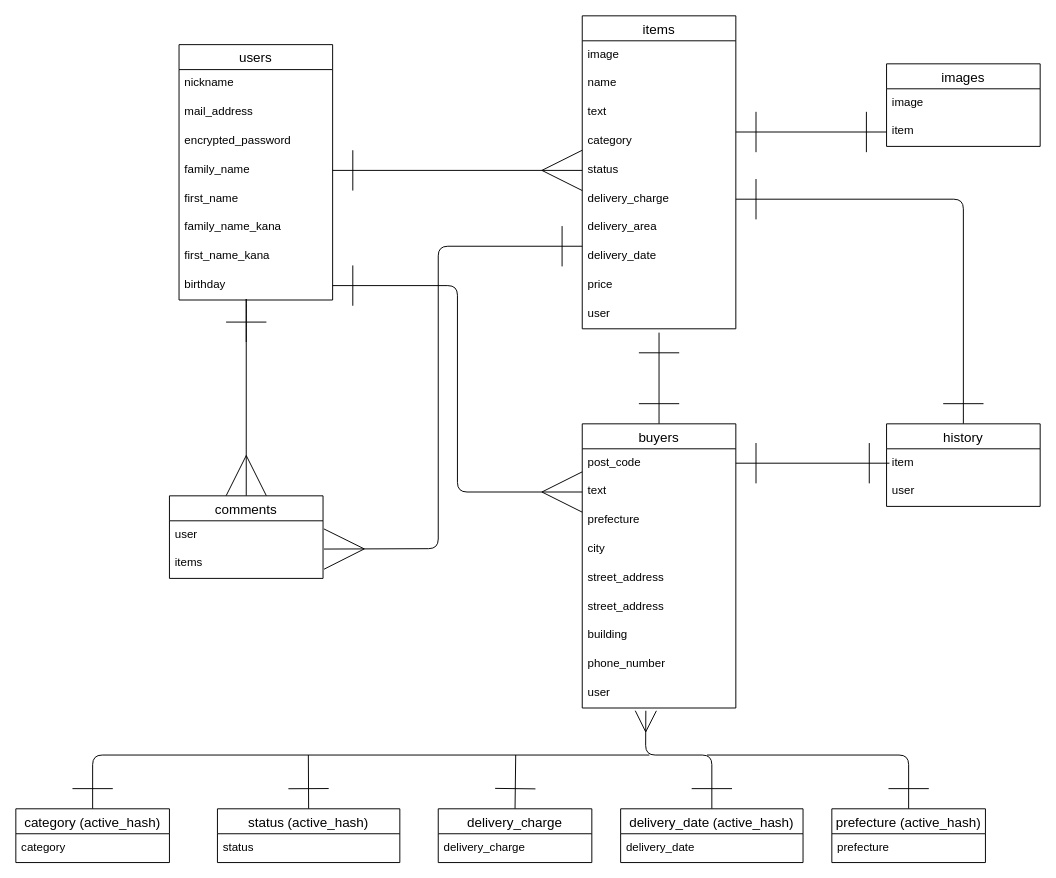
The draw.io diagram test.dio in yuya-taka/furima-laiblitz-b, before the edit. Source tidied: cells renumbered, new cells numbered last; positions are measured from the earlier drawing's top-left corner, leaving out a move shared by most shapes. Both pictures are drawn from the tidied source at 96%, with x=0, y=0 at pixel (15, 15).
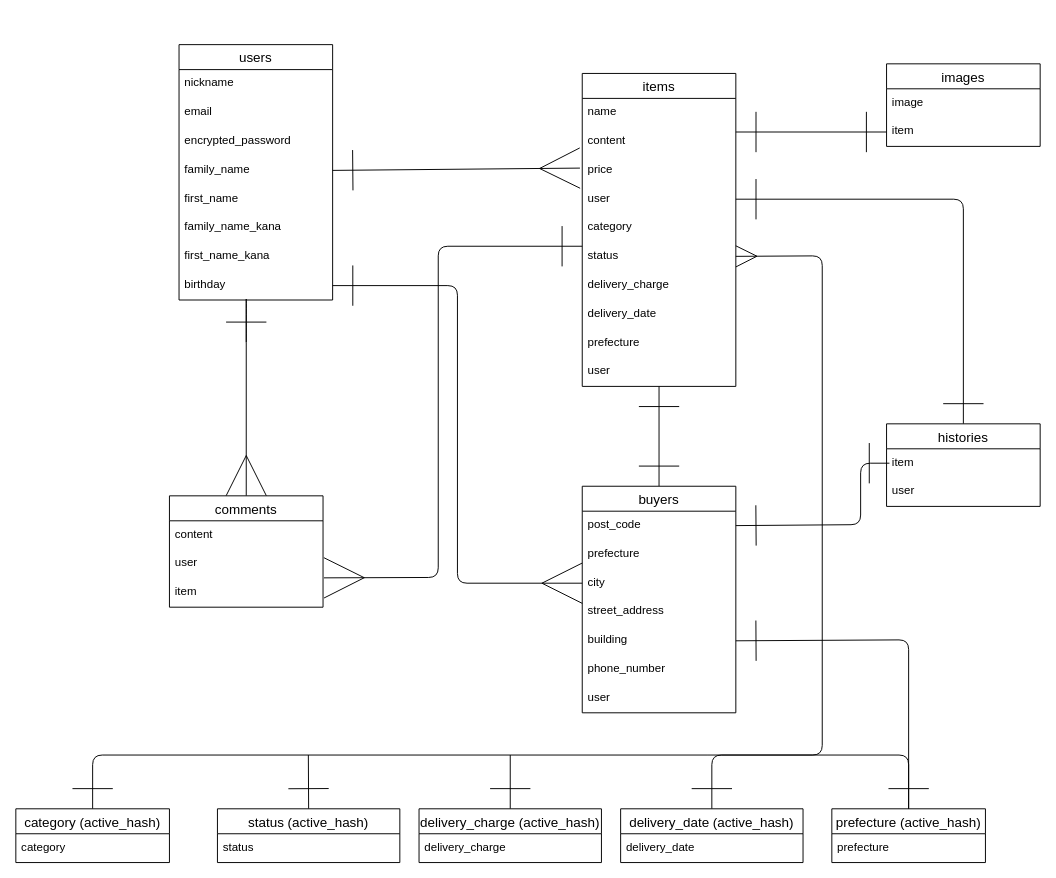
The same diagram, later.

Unchanged cells that the change refers to:
```xml
<mxCell id="2" value="users" style="swimlane;fontStyle=0;horizontal=1;startSize=26;align=center;fontSize=14;" parent="1" vertex="1">
  <mxGeometry x="170" y="30" width="160" height="266" as="geometry" />
</mxCell>
<mxCell id="6" value="family_name" style="text;strokeColor=none;fillColor=none;spacingLeft=4;spacingRight=4;overflow=hidden;points=[[0,0.5],[1,0.5]];portConstraint=eastwest;fontSize=12;" parent="2" vertex="1">
  <mxGeometry y="116" width="160" height="30" as="geometry" />
</mxCell>
<mxCell id="10" value="birthday" style="text;strokeColor=none;fillColor=none;spacingLeft=4;spacingRight=4;overflow=hidden;points=[[0,0.5],[1,0.5]];portConstraint=eastwest;fontSize=12;" parent="2" vertex="1">
  <mxGeometry y="236" width="160" height="30" as="geometry" />
</mxCell>
<mxCell id="24" value="post_code" style="text;strokeColor=none;fillColor=none;spacingLeft=4;spacingRight=4;overflow=hidden;points=[[0,0.5],[1,0.5]];portConstraint=eastwest;fontSize=12;" parent="23" vertex="1">
  <mxGeometry y="26" width="160" height="30" as="geometry" />
</mxCell>
<mxCell id="41" value="prefecture (active_hash)" style="swimlane;fontStyle=0;horizontal=1;startSize=26;align=center;fontSize=14;" parent="1" vertex="1">
  <mxGeometry x="850" y="826" width="160" height="56" as="geometry" />
</mxCell>
<mxCell id="47" value="category (active_hash)" style="swimlane;fontStyle=0;horizontal=1;startSize=26;align=center;fontSize=14;" parent="1" vertex="1">
  <mxGeometry y="826" width="160" height="56" as="geometry" />
</mxCell>
<mxCell id="50" value="delivery_date (active_hash)" style="swimlane;fontStyle=0;horizontal=1;startSize=26;align=center;fontSize=14;" parent="1" vertex="1">
  <mxGeometry x="630" y="826" width="190" height="56" as="geometry" />
</mxCell>
```

The edit, as a diff of the source:
```diff
@@
-    <mxCell id="4" value="mail_address" style="text;strokeColor=none;fillColor=none;spacingLeft=4;spacingRight=4;overflow=hidden;fontSize=12;" parent="2" vertex="1">
+    <mxCell id="4" value="email&#10;" style="text;strokeColor=none;fillColor=none;spacingLeft=4;spacingRight=4;overflow=hidden;fontSize=12;" parent="2" vertex="1">
       <mxGeometry y="56" width="160" height="30" as="geometry" />
     </mxCell>
@@
     <mxCell id="11" value="items" style="swimlane;fontStyle=0;horizontal=1;startSize=26;align=center;fontSize=14;" parent="1" vertex="1">
-      <mxGeometry x="590" width="160" height="326" as="geometry" />
+      <mxGeometry x="590" y="60" width="160" height="326" as="geometry" />
     </mxCell>
-    <mxCell id="12" value="image" style="text;strokeColor=none;fillColor=none;spacingLeft=4;spacingRight=4;overflow=hidden;fontSize=12;" parent="11" vertex="1">
-      <mxGeometry y="26" width="160" height="30" as="geometry" />
-    </mxCell>
     <mxCell id="13" value="name" style="text;strokeColor=none;fillColor=none;spacingLeft=4;spacingRight=4;overflow=hidden;fontSize=12;" parent="11" vertex="1">
-      <mxGeometry y="56" width="160" height="30" as="geometry" />
+      <mxGeometry y="26" width="160" height="30" as="geometry" />
     </mxCell>
-    <mxCell id="14" value="text" style="text;strokeColor=none;fillColor=none;spacingLeft=4;spacingRight=4;overflow=hidden;fontSize=12;" parent="11" vertex="1">
-      <mxGeometry y="86" width="160" height="30" as="geometry" />
+    <mxCell id="14" value="content" style="text;strokeColor=none;fillColor=none;spacingLeft=4;spacingRight=4;overflow=hidden;fontSize=12;" parent="11" vertex="1">
+      <mxGeometry y="56" width="160" height="30" as="geometry" />
     </mxCell>
+    <mxCell id="20" value="price" style="text;strokeColor=none;fillColor=none;spacingLeft=4;spacingRight=4;overflow=hidden;fontSize=12;" parent="11" vertex="1">
+      <mxGeometry y="86" width="160" height="30" as="geometry" />
+    </mxCell>
+    <mxCell id="21" value="user" style="text;strokeColor=none;fillColor=none;spacingLeft=4;spacingRight=4;overflow=hidden;fontSize=12;" parent="11" vertex="1">
+      <mxGeometry y="116" width="160" height="30" as="geometry" />
+    </mxCell>
     <mxCell id="15" value="category" style="text;strokeColor=none;fillColor=none;spacingLeft=4;spacingRight=4;overflow=hidden;fontSize=12;" parent="11" vertex="1">
-      <mxGeometry y="116" width="160" height="30" as="geometry" />
+      <mxGeometry y="146" width="160" height="30" as="geometry" />
     </mxCell>
     <mxCell id="16" value="status" style="text;strokeColor=none;fillColor=none;spacingLeft=4;spacingRight=4;overflow=hidden;points=[[0,0.5],[1,0.5]];portConstraint=eastwest;fontSize=12;" parent="11" vertex="1">
-      <mxGeometry y="146" width="160" height="30" as="geometry" />
+      <mxGeometry y="176" width="160" height="30" as="geometry" />
     </mxCell>
     <mxCell id="17" value="delivery_charge" style="text;strokeColor=none;fillColor=none;spacingLeft=4;spacingRight=4;overflow=hidden;points=[[0,0.5],[1,0.5]];portConstraint=eastwest;fontSize=12;" parent="11" vertex="1">
-      <mxGeometry y="176" width="160" height="30" as="geometry" />
+      <mxGeometry y="206" width="160" height="30" as="geometry" />
     </mxCell>
-    <mxCell id="18" value="delivery_area" style="text;strokeColor=none;fillColor=none;spacingLeft=4;spacingRight=4;overflow=hidden;fontSize=12;" parent="11" vertex="1">
-      <mxGeometry y="206" width="160" height="30" as="geometry" />
-    </mxCell>
@@
-    <mxCell id="20" value="price" style="text;strokeColor=none;fillColor=none;spacingLeft=4;spacingRight=4;overflow=hidden;fontSize=12;" parent="11" vertex="1">
-      <mxGeometry y="266" width="160" height="30" as="geometry" />
-    </mxCell>
-    <mxCell id="21" value="user" style="text;strokeColor=none;fillColor=none;spacingLeft=4;spacingRight=4;overflow=hidden;fontSize=12;" parent="11" vertex="1">
-      <mxGeometry y="296" width="160" height="30" as="geometry" />
-    </mxCell>
+    <mxCell id="64" value="prefecture" style="text;strokeColor=none;fillColor=none;spacingLeft=4;spacingRight=4;overflow=hidden;fontSize=12;" parent="11" vertex="1">
+      <mxGeometry y="266" width="160" height="30" as="geometry" />
+    </mxCell>
+    <mxCell id="65" value="user" style="text;strokeColor=none;fillColor=none;spacingLeft=4;spacingRight=4;overflow=hidden;points=[[0,0.5],[1,0.5]];portConstraint=eastwest;fontSize=12;" parent="11" vertex="1">
+      <mxGeometry y="296" width="160" height="30" as="geometry" />
+    </mxCell>
-    <mxCell id="22" style="edgeStyle=none;html=1;exitX=0.5;exitY=0;exitDx=0;exitDy=0;strokeWidth=1;startArrow=ERone;startFill=0;endArrow=ERone;endFill=0;startSize=40;endSize=40;" parent="1" edge="1" source="23">
-      <mxGeometry relative="1" as="geometry">
-        <mxPoint x="670" y="330" as="targetPoint" />
-      </mxGeometry>
+    <mxCell id="22" style="edgeStyle=none;html=1;exitX=0.5;exitY=0;exitDx=0;exitDy=0;strokeWidth=1;startArrow=ERone;startFill=0;endArrow=ERone;endFill=0;startSize=40;endSize=40;" parent="1" edge="1" source="23" target="65">
+      <mxGeometry relative="1" as="geometry" />
     </mxCell>
     <mxCell id="23" value="buyers" style="swimlane;fontStyle=0;horizontal=1;startSize=26;align=center;fontSize=14;" parent="1" vertex="1">
-      <mxGeometry x="590" y="425" width="160" height="296" as="geometry" />
+      <mxGeometry x="590" y="490" width="160" height="236" as="geometry" />
     </mxCell>
@@
-    <mxCell id="25" value="text" style="text;strokeColor=none;fillColor=none;spacingLeft=4;spacingRight=4;overflow=hidden;points=[[0,0.5],[1,0.5]];portConstraint=eastwest;fontSize=12;" parent="23" vertex="1">
-      <mxGeometry y="56" width="160" height="30" as="geometry" />
-    </mxCell>
-    <mxCell id="26" value="prefecture" style="text;strokeColor=none;fillColor=none;spacingLeft=4;spacingRight=4;overflow=hidden;fontSize=12;" parent="23" vertex="1">
-      <mxGeometry y="86" width="160" height="30" as="geometry" />
-    </mxCell>
+    <mxCell id="66" value="prefecture" style="text;strokeColor=none;fillColor=none;spacingLeft=4;spacingRight=4;overflow=hidden;fontSize=12;" parent="23" vertex="1">
+      <mxGeometry y="56" width="160" height="30" as="geometry" />
+    </mxCell>
     <mxCell id="27" value="city" style="text;strokeColor=none;fillColor=none;spacingLeft=4;spacingRight=4;overflow=hidden;points=[[0,0.5],[1,0.5]];portConstraint=eastwest;fontSize=12;" parent="23" vertex="1">
-      <mxGeometry y="116" width="160" height="30" as="geometry" />
+      <mxGeometry y="86" width="160" height="30" as="geometry" />
     </mxCell>
     <mxCell id="28" value="street_address" style="text;strokeColor=none;fillColor=none;spacingLeft=4;spacingRight=4;overflow=hidden;fontSize=12;" parent="23" vertex="1">
-      <mxGeometry y="146" width="160" height="30" as="geometry" />
+      <mxGeometry y="116" width="160" height="30" as="geometry" />
     </mxCell>
-    <mxCell id="29" value="street_address" style="text;strokeColor=none;fillColor=none;spacingLeft=4;spacingRight=4;overflow=hidden;fontSize=12;" parent="23" vertex="1">
-      <mxGeometry y="176" width="160" height="30" as="geometry" />
-    </mxCell>
     <mxCell id="30" value="building" style="text;strokeColor=none;fillColor=none;spacingLeft=4;spacingRight=4;overflow=hidden;points=[[0,0.5],[1,0.5]];portConstraint=eastwest;fontSize=12;" parent="23" vertex="1">
-      <mxGeometry y="206" width="160" height="30" as="geometry" />
+      <mxGeometry y="146" width="160" height="30" as="geometry" />
     </mxCell>
     <mxCell id="31" value="phone_number" style="text;strokeColor=none;fillColor=none;spacingLeft=4;spacingRight=4;overflow=hidden;fontSize=12;" parent="23" vertex="1">
-      <mxGeometry y="236" width="160" height="30" as="geometry" />
+      <mxGeometry y="176" width="160" height="30" as="geometry" />
     </mxCell>
     <mxCell id="32" value="user" style="text;strokeColor=none;fillColor=none;spacingLeft=4;spacingRight=4;overflow=hidden;points=[[0,0.5],[1,0.5]];portConstraint=eastwest;fontSize=12;" parent="23" vertex="1">
-      <mxGeometry y="266" width="160" height="30" as="geometry" />
+      <mxGeometry y="206" width="160" height="30" as="geometry" />
     </mxCell>
-    <mxCell id="33" style="endArrow=ERmany;html=1;exitX=1;exitY=0.5;exitDx=0;exitDy=0;endFill=0;strokeWidth=1;entryX=0;entryY=0.5;entryDx=0;entryDy=0;endSize=40;startArrow=ERone;startFill=0;startSize=40;" parent="1" edge="1" source="6" target="16">
-      <mxGeometry relative="1" as="geometry" />
+    <mxCell id="33" style="endArrow=ERmany;html=1;exitX=1;exitY=0.5;exitDx=0;exitDy=0;endFill=0;strokeWidth=1;entryX=-0.015;entryY=1.085;entryDx=0;entryDy=0;endSize=40;startArrow=ERone;startFill=0;startSize=40;entryPerimeter=0;" parent="1" edge="1" source="6">
+      <mxGeometry relative="1" as="geometry">
+        <mxPoint x="587.6" y="158.6" as="targetPoint" />
+      </mxGeometry>
     </mxCell>
-    <mxCell id="34" style="endArrow=ERmany;html=1;endFill=0;endSize=40;exitX=1;exitY=0.5;exitDx=0;exitDy=0;entryX=0;entryY=0.5;entryDx=0;entryDy=0;startArrow=ERone;startFill=0;startSize=40;" parent="1" edge="1" source="10" target="25">
+    <mxCell id="34" style="endArrow=ERmany;html=1;endFill=0;endSize=40;exitX=1;exitY=0.5;exitDx=0;exitDy=0;entryX=0;entryY=0.5;entryDx=0;entryDy=0;startArrow=ERone;startFill=0;startSize=40;" parent="1" edge="1" source="10" target="27">
       <mxGeometry relative="1" as="geometry">
         <Array as="points">
           <mxPoint x="460" y="281" />
-          <mxPoint x="460" y="496" />
+          <mxPoint x="460" y="591" />
         </Array>
       </mxGeometry>
     </mxCell>
@@
     <mxCell id="36" style="endArrow=ERmany;html=1;endFill=0;endSize=40;startArrow=ERone;startFill=0;startSize=40;entryX=1.006;entryY=0.981;entryDx=0;entryDy=0;entryPerimeter=0;" parent="1" edge="1" target="38">
       <mxGeometry relative="1" as="geometry">
         <mxPoint x="590" y="240" as="sourcePoint" />
         <Array as="points">
           <mxPoint x="440" y="240" />
-          <mxPoint x="440" y="555" />
+          <mxPoint x="440" y="585" />
         </Array>
       </mxGeometry>
     </mxCell>
     <mxCell id="37" value="comments" style="swimlane;fontStyle=0;horizontal=1;startSize=26;align=center;fontSize=14;" parent="1" vertex="1">
-      <mxGeometry x="160" y="500" width="160" height="86" as="geometry" />
+      <mxGeometry x="160" y="500" width="160" height="116" as="geometry" />
     </mxCell>
+    <mxCell id="67" value="content" style="text;strokeColor=none;fillColor=none;spacingLeft=4;spacingRight=4;overflow=hidden;fontSize=12;" parent="37" vertex="1">
+      <mxGeometry y="26" width="160" height="30" as="geometry" />
+    </mxCell>
     <mxCell id="38" value="user" style="text;strokeColor=none;fillColor=none;spacingLeft=4;spacingRight=4;overflow=hidden;points=[[0,0.5],[1,0.5]];portConstraint=eastwest;fontSize=12;" parent="37" vertex="1">
-      <mxGeometry y="26" width="160" height="30" as="geometry" />
+      <mxGeometry y="56" width="160" height="30" as="geometry" />
     </mxCell>
-    <mxCell id="39" value="items" style="text;strokeColor=none;fillColor=none;spacingLeft=4;spacingRight=4;overflow=hidden;fontSize=12;" parent="37" vertex="1">
-      <mxGeometry y="56" width="160" height="30" as="geometry" />
+    <mxCell id="39" value="item" style="text;strokeColor=none;fillColor=none;spacingLeft=4;spacingRight=4;overflow=hidden;fontSize=12;" parent="37" vertex="1">
+      <mxGeometry y="86" width="160" height="30" as="geometry" />
     </mxCell>
-    <mxCell id="40" style="edgeStyle=none;html=1;exitX=0.5;exitY=0;exitDx=0;exitDy=0;strokeWidth=1;startArrow=ERone;startFill=0;endArrow=none;endFill=0;startSize=40;endSize=40;" parent="1" edge="1" source="41">
+    <mxCell id="40" style="edgeStyle=none;html=1;strokeWidth=1;startArrow=ERone;startFill=0;endArrow=none;endFill=0;startSize=40;endSize=40;exitX=0.5;exitY=0;exitDx=0;exitDy=0;" parent="1" edge="1" source="41">
       <mxGeometry relative="1" as="geometry">
         <mxPoint x="720" y="770" as="targetPoint" />
         <Array as="points">
           <mxPoint x="930" y="770" />
         </Array>
       </mxGeometry>
     </mxCell>
@@
-    <mxCell id="43" style="edgeStyle=none;html=1;exitX=0.5;exitY=0;exitDx=0;exitDy=0;strokeWidth=1;startArrow=ERone;startFill=0;endArrow=none;endFill=0;startSize=40;endSize=40;" parent="1" edge="1" source="44">
+    <mxCell id="43" style="edgeStyle=none;html=1;strokeWidth=1;startArrow=ERone;startFill=0;endArrow=none;endFill=0;startSize=40;endSize=40;exitX=0.5;exitY=0;exitDx=0;exitDy=0;" parent="1" edge="1" source="44">
       <mxGeometry relative="1" as="geometry">
-        <mxPoint x="520.7" y="770" as="targetPoint" />
+        <mxPoint x="515" y="770" as="targetPoint" />
       </mxGeometry>
     </mxCell>
-    <mxCell id="44" value="delivery_charge" style="swimlane;fontStyle=0;horizontal=1;startSize=26;align=center;fontSize=14;" parent="1" vertex="1">
-      <mxGeometry x="440" y="826" width="160" height="56" as="geometry" />
+    <mxCell id="44" value="delivery_charge (active_hash)" style="swimlane;fontStyle=0;horizontal=1;startSize=26;align=center;fontSize=14;" parent="1" vertex="1">
+      <mxGeometry x="420" y="826" width="190" height="56" as="geometry" />
     </mxCell>
     <mxCell id="45" value="delivery_charge" style="text;strokeColor=none;fillColor=none;spacingLeft=4;spacingRight=4;overflow=hidden;fontSize=12;" parent="44" vertex="1">
-      <mxGeometry y="26" width="160" height="30" as="geometry" />
+      <mxGeometry y="26" width="190" height="30" as="geometry" />
     </mxCell>
     <mxCell id="46" style="edgeStyle=none;html=1;exitX=0.5;exitY=0;exitDx=0;exitDy=0;strokeWidth=1;startArrow=ERone;startFill=0;endArrow=none;endFill=0;startSize=40;endSize=40;" parent="1" edge="1" source="47">
       <mxGeometry relative="1" as="geometry">
-        <mxPoint x="660" y="770" as="targetPoint" />
+        <mxPoint x="720" y="770" as="targetPoint" />
         <Array as="points">
           <mxPoint x="80" y="770" />
         </Array>
       </mxGeometry>
     </mxCell>
@@
-    <mxCell id="49" style="edgeStyle=none;html=1;exitX=0.5;exitY=0;exitDx=0;exitDy=0;strokeWidth=1;startArrow=ERone;startFill=0;endArrow=ERmany;endFill=0;startSize=40;endSize=20;entryX=0.414;entryY=1.096;entryDx=0;entryDy=0;entryPerimeter=0;" parent="1" edge="1" source="50" target="32">
+    <mxCell id="49" style="edgeStyle=none;html=1;exitX=0.5;exitY=0;exitDx=0;exitDy=0;strokeWidth=1;startArrow=ERone;startFill=0;endArrow=ERmany;endFill=0;startSize=40;endSize=20;" parent="1" edge="1" source="50" target="16">
       <mxGeometry relative="1" as="geometry">
         <Array as="points">
           <mxPoint x="725" y="770" />
-          <mxPoint x="656" y="770" />
+          <mxPoint x="840" y="770" />
+          <mxPoint x="840" y="250" />
         </Array>
       </mxGeometry>
     </mxCell>
@@
-    <mxCell id="55" style="edgeStyle=none;html=1;exitX=0.5;exitY=0;exitDx=0;exitDy=0;entryX=1;entryY=0.5;entryDx=0;entryDy=0;strokeWidth=1;startArrow=ERone;startFill=0;endArrow=ERone;endFill=0;startSize=40;endSize=40;" parent="1" edge="1" source="56" target="17">
+    <mxCell id="55" style="edgeStyle=none;html=1;exitX=0.5;exitY=0;exitDx=0;exitDy=0;strokeWidth=1;startArrow=ERone;startFill=0;endArrow=ERone;endFill=0;startSize=40;endSize=40;" parent="1" edge="1" source="56">
       <mxGeometry relative="1" as="geometry">
+        <mxPoint x="750" y="191" as="targetPoint" />
         <Array as="points">
           <mxPoint x="987" y="191" />
         </Array>
       </mxGeometry>
     </mxCell>
-    <mxCell id="56" value="history" style="swimlane;fontStyle=0;horizontal=1;startSize=26;align=center;fontSize=14;" parent="1" vertex="1">
+    <mxCell id="56" value="histories" style="swimlane;fontStyle=0;horizontal=1;startSize=26;align=center;fontSize=14;" parent="1" vertex="1">
       <mxGeometry x="907" y="425" width="160" height="86" as="geometry" />
     </mxCell>
@@
     <mxCell id="63" style="edgeStyle=none;html=1;entryX=1;entryY=0.5;entryDx=0;entryDy=0;strokeWidth=1;startArrow=ERone;startFill=0;endArrow=ERone;endFill=0;startSize=40;endSize=40;" parent="1" edge="1" target="24">
       <mxGeometry relative="1" as="geometry">
         <mxPoint x="910" y="466" as="sourcePoint" />
+        <Array as="points">
+          <mxPoint x="880" y="466" />
+          <mxPoint x="880" y="530" />
+        </Array>
       </mxGeometry>
     </mxCell>
+    <mxCell id="68" style="edgeStyle=none;html=1;exitX=1;exitY=0.5;exitDx=0;exitDy=0;strokeWidth=1;startArrow=ERone;startFill=0;endArrow=none;endFill=0;startSize=40;endSize=20;entryX=0.5;entryY=0;entryDx=0;entryDy=0;" parent="1" edge="1" source="30" target="41">
+      <mxGeometry relative="1" as="geometry">
+        <Array as="points">
+          <mxPoint x="930" y="650" />
+        </Array>
+      </mxGeometry>
+    </mxCell>
```
